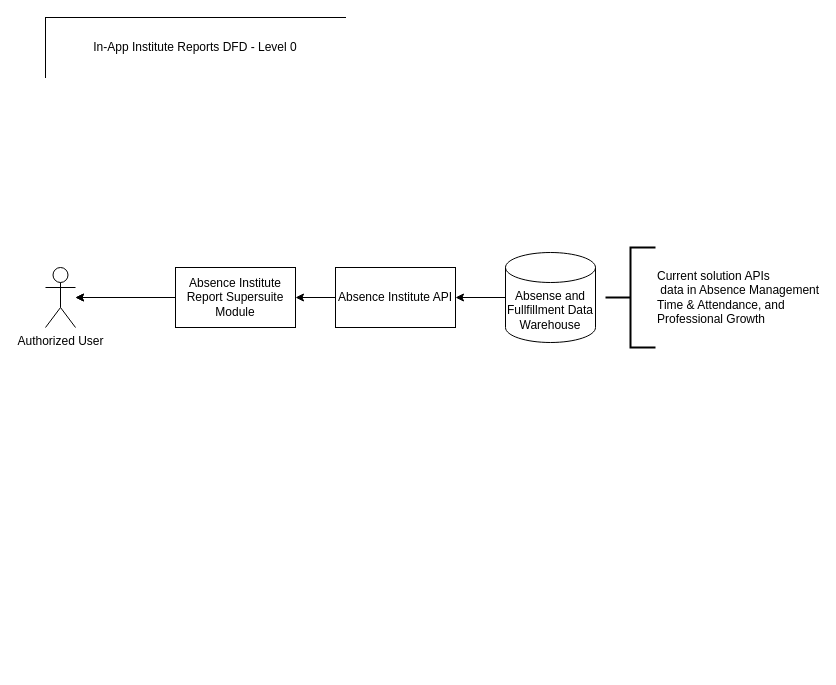
Above: Platform Absence Institute DFD.drawio in kharshawFL/PlatformDiagrams (draw.io), before the change. Source tidied: cells renumbered, new cells numbered last; positions are measured from the earlier drawing's top-left corner, leaving out a move shared by most shapes. Both pictures are drawn from the tidied source at 100%, with x=0, y=0 at pixel (45, 17).
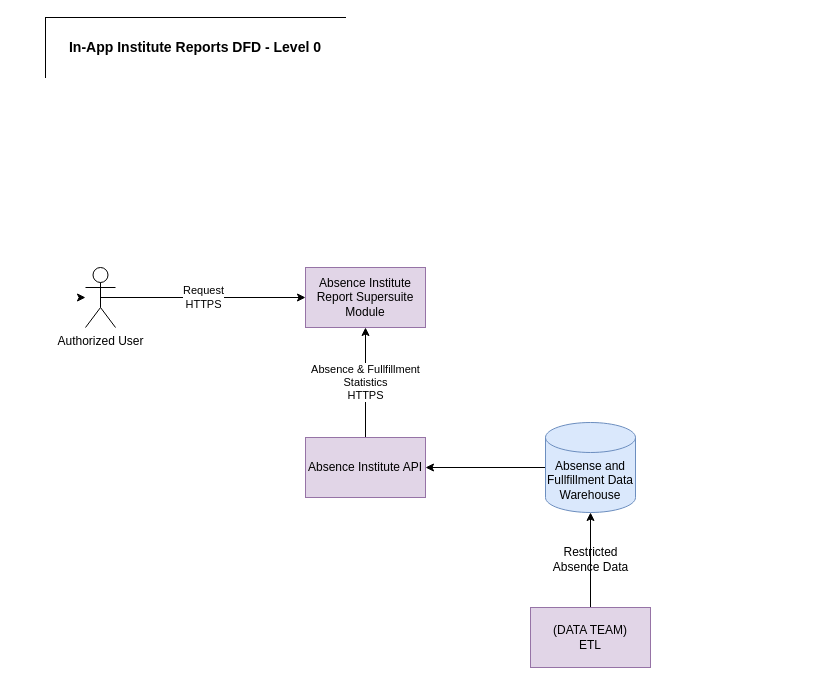
After the change.

The edit, as a diff of the source:
```diff
@@
 <mxGraphModel>
   <root>
     <mxCell id="0" />
     <mxCell id="1" parent="0" />
-    <mxCell id="2" style="edgeStyle=orthogonalEdgeStyle;rounded=0;jettySize=auto;html=1;startArrow=none;startFill=0;endArrow=classic;endFill=1;" parent="1" edge="1" source="3" target="5">
+    <mxCell id="2" value="Request&lt;br&gt;HTTPS" style="edgeStyle=orthogonalEdgeStyle;rounded=0;jettySize=auto;html=1;startArrow=none;startFill=0;endArrow=classic;endFill=1;entryX=0;entryY=0.5;entryDx=0;entryDy=0;exitX=0.5;exitY=0.5;exitDx=0;exitDy=0;exitPerimeter=0;" parent="1" edge="1" source="5" target="3">
       <mxGeometry relative="1" as="geometry" />
     </mxCell>
-    <mxCell id="3" value="Absence Institute Report Supersuite Module" style="rounded=0;whiteSpace=wrap;html=1;" parent="1" vertex="1">
-      <mxGeometry x="130" y="250" width="120" height="60" as="geometry" />
+    <mxCell id="3" value="Absence Institute Report Supersuite Module" style="rounded=0;whiteSpace=wrap;html=1;fillColor=#e1d5e7;strokeColor=#9673a6;" parent="1" vertex="1">
+      <mxGeometry x="260" y="250" width="120" height="60" as="geometry" />
     </mxCell>
+    <mxCell id="12" style="edgeStyle=orthogonalEdgeStyle;rounded=0;jettySize=auto;html=1;fontSize=12;startArrow=none;startFill=0;endArrow=classic;endFill=1;" parent="1" edge="1" source="4" target="10">
+      <mxGeometry relative="1" as="geometry" />
+    </mxCell>
-    <mxCell id="4" value="Absense and Fullfillment Data Warehouse" style="shape=cylinder3;whiteSpace=wrap;html=1;boundedLbl=1;backgroundOutline=1;size=15;" parent="1" vertex="1">
-      <mxGeometry x="460" y="235" width="90" height="90" as="geometry" />
+    <mxCell id="4" value="Absense and Fullfillment Data Warehouse" style="shape=cylinder3;whiteSpace=wrap;html=1;boundedLbl=1;backgroundOutline=1;size=15;fillColor=#dae8fc;strokeColor=#6c8ebf;" parent="1" vertex="1">
+      <mxGeometry x="500" y="405" width="90" height="90" as="geometry" />
     </mxCell>
     <mxCell id="5" value="Authorized User" style="shape=umlActor;verticalLabelPosition=bottom;verticalAlign=top;html=1;outlineConnect=0;" parent="1" vertex="1">
-      <mxGeometry y="250" width="30" height="60" as="geometry" />
+      <mxGeometry x="40" y="250" width="30" height="60" as="geometry" />
     </mxCell>
-    <mxCell id="6" style="endArrow=none;html=1;rounded=0;entryX=0;entryY=0.5;entryDx=0;entryDy=0;entryPerimeter=0;exitX=1;exitY=0.5;exitDx=0;exitDy=0;startArrow=classic;startFill=1;endFill=0;" parent="1" edge="1" source="10" target="4">
-      <mxGeometry relative="1" as="geometry" />
-    </mxCell>
-    <mxCell id="7" value="In-App Institute Reports DFD - Level 0" style="shape=partialRectangle;whiteSpace=wrap;html=1;bottom=0;right=0;fillColor=none;" parent="1" vertex="1">
+    <mxCell id="7" value="&lt;font style=&quot;font-size: 14px;&quot;&gt;&lt;b&gt;In-App Institute Reports DFD - Level 0&lt;/b&gt;&lt;/font&gt;" style="shape=partialRectangle;whiteSpace=wrap;html=1;bottom=0;right=0;fillColor=none;" parent="1" vertex="1">
       <mxGeometry width="300" height="60" as="geometry" />
     </mxCell>
-    <mxCell id="8" value="Current solution APIs &lt;br&gt;&amp;nbsp;data in Absence Management&lt;br&gt;Time &amp;amp; Attendance, and&lt;br&gt;Professional Growth" style="strokeWidth=2;html=1;shape=mxgraph.flowchart.annotation_2;align=left;labelPosition=right;" parent="1" vertex="1">
-      <mxGeometry x="560" y="230" width="50" height="100" as="geometry" />
-    </mxCell>
-    <mxCell id="9" style="edgeStyle=orthogonalEdgeStyle;rounded=0;jettySize=auto;html=1;startArrow=none;startFill=0;endArrow=classic;endFill=1;" parent="1" edge="1" source="10" target="3">
+    <mxCell id="9" value="Absence &amp;amp; Fullfillment&lt;br&gt;Statistics&lt;br&gt;HTTPS" style="edgeStyle=orthogonalEdgeStyle;rounded=0;jettySize=auto;html=1;startArrow=none;startFill=0;endArrow=classic;endFill=1;" parent="1" edge="1" source="10" target="3">
       <mxGeometry relative="1" as="geometry" />
     </mxCell>
-    <mxCell id="10" value="Absence Institute API" style="rounded=0;whiteSpace=wrap;html=1;" parent="1" vertex="1">
-      <mxGeometry x="290" y="250" width="120" height="60" as="geometry" />
+    <mxCell id="10" value="Absence Institute API" style="rounded=0;whiteSpace=wrap;html=1;fillColor=#e1d5e7;strokeColor=#9673a6;" parent="1" vertex="1">
+      <mxGeometry x="260" y="420" width="120" height="60" as="geometry" />
     </mxCell>
     <mxCell id="11" style="endArrow=none;html=1;rounded=0;entryX=0;entryY=0.5;entryDx=0;entryDy=0;endFill=1;startArrow=classic;startFill=1;" parent="1" edge="1" source="5">
       <mxGeometry relative="1" as="geometry">
         <mxPoint x="35" y="280" as="targetPoint" />
       </mxGeometry>
     </mxCell>
+    <mxCell id="13" value="Restricted&lt;br&gt;Absence Data" style="edgeStyle=orthogonalEdgeStyle;rounded=0;jettySize=auto;html=1;labelBackgroundColor=none;fontSize=12;startArrow=none;startFill=0;endArrow=classic;endFill=1;" parent="1" edge="1" source="14" target="4">
+      <mxGeometry relative="1" as="geometry" />
+    </mxCell>
+    <mxCell id="14" value="(DATA TEAM)&lt;br&gt;ETL" style="rounded=0;whiteSpace=wrap;html=1;fontSize=12;fillColor=#e1d5e7;strokeColor=#9673a6;" parent="1" vertex="1">
+      <mxGeometry x="485" y="590" width="120" height="60" as="geometry" />
+    </mxCell>
   </root>
 </mxGraphModel>
```
